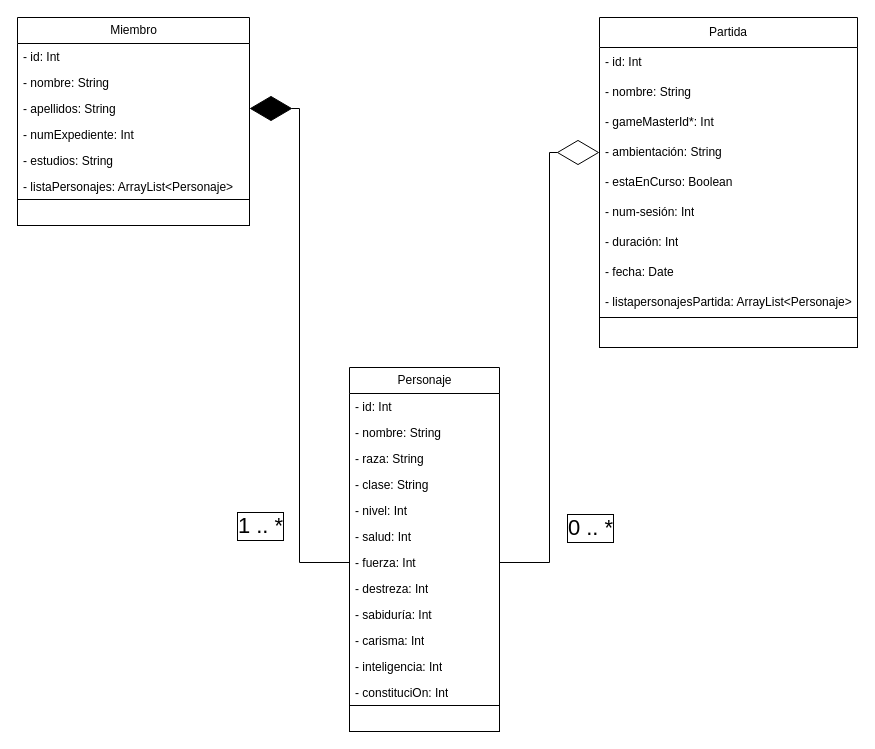
Before: diagrams/diagramadeClases.drawio in gonzalopozo/proyecto-integrador-1-daw-gonzalo-manuel-daniel-hector, a draw.io diagram. Source tidied: cells renumbered, new cells numbered last; positions are measured from the earlier drawing's top-left corner, leaving out a move shared by most shapes. Both pictures are drawn from the tidied source at 100%, with x=0, y=0 at pixel (17, 17).
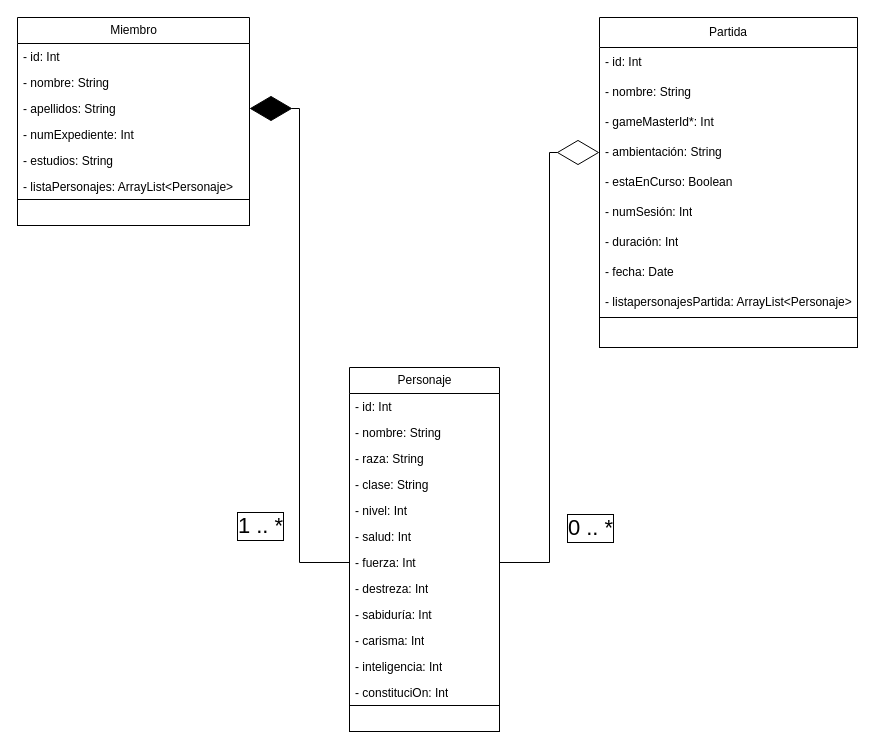
After the change.

Unchanged cells that the change refers to:
```xml
<mxCell id="26" value="Partida" style="swimlane;fontStyle=0;horizontal=1;startSize=30;whiteSpace=wrap;html=1;" parent="1" vertex="1">
  <mxGeometry x="582" width="258" height="330" as="geometry" />
</mxCell>
```

Change to the diagram source:
```diff
@@
-    <mxCell id="32" value="- num-sesión: Int" style="text;strokeColor=none;fillColor=none;align=left;verticalAlign=middle;spacingLeft=4;spacingRight=4;overflow=hidden;whiteSpace=wrap;html=1;" parent="26" vertex="1">
+    <mxCell id="32" value="- numSesión: Int" style="text;strokeColor=none;fillColor=none;align=left;verticalAlign=middle;spacingLeft=4;spacingRight=4;overflow=hidden;whiteSpace=wrap;html=1;" parent="26" vertex="1">
       <mxGeometry y="180" width="258" height="30" as="geometry" />
     </mxCell>
```
